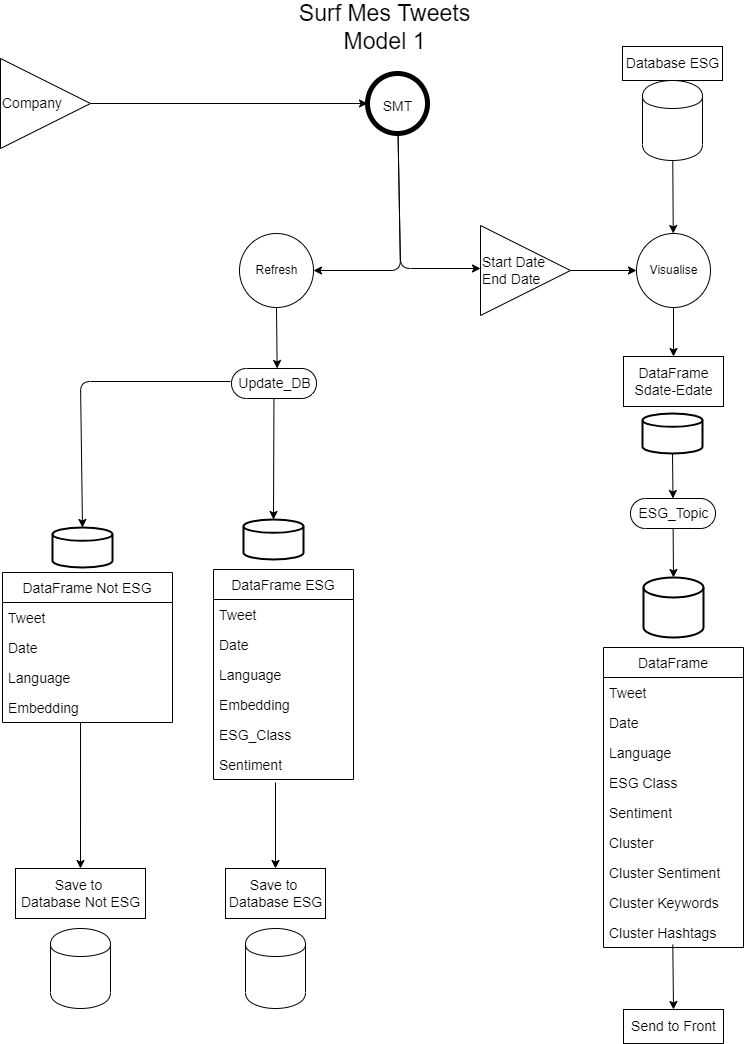
The draw.io diagram Final_models/documentation + resources/Model_1.png in HusseinRR/Twitter-Sentiment-Analysis, before a commit. Source tidied: cells renumbered, new cells last; positions are measured from the earlier drawing's top-left corner, leaving out a move shared by most shapes. The source it was exported from:
```xml
<mxGraphModel>
  <root>
    <mxCell id="0" />
    <mxCell id="1" parent="0" />
    <mxCell id="2" value="&lt;font style=&quot;font-size: 23px&quot;&gt;Surf Mes Tweets&lt;br&gt;Model 1&lt;br&gt;&lt;/font&gt;" style="text;html=1;align=center;verticalAlign=middle;strokeColor=none;fillColor=none;" parent="1" vertex="1">
      <mxGeometry x="289" width="190" height="40" as="geometry" />
    </mxCell>
    <mxCell id="3" style="edgeStyle=none;html=1;fontSize=14;" parent="1" edge="1" source="4" target="47">
      <mxGeometry relative="1" as="geometry" />
    </mxCell>
    <mxCell id="4" value="Visualise" style="shape=ellipse;html=1;dashed=0;whitespace=wrap;perimeter=ellipsePerimeter;" parent="1" vertex="1">
      <mxGeometry x="636" y="226" width="74" height="74" as="geometry" />
    </mxCell>
    <mxCell id="5" style="edgeStyle=none;html=1;entryX=0;entryY=0.5;entryDx=0;entryDy=0;fontSize=14;" parent="1" edge="1" source="6" target="9">
      <mxGeometry relative="1" as="geometry" />
    </mxCell>
    <mxCell id="6" value="Company" style="triangle;whiteSpace=wrap;html=1;fontSize=14;align=left;" parent="1" vertex="1">
      <mxGeometry y="51" width="90" height="90" as="geometry" />
    </mxCell>
    <mxCell id="7" style="edgeStyle=none;html=1;fontSize=14;" parent="1" edge="1" source="9">
      <mxGeometry relative="1" as="geometry">
        <mxPoint x="480" y="261" as="targetPoint" />
        <Array as="points">
          <mxPoint x="400" y="261" />
        </Array>
      </mxGeometry>
    </mxCell>
    <mxCell id="8" style="edgeStyle=none;html=1;entryX=1;entryY=0.5;entryDx=0;entryDy=0;fontSize=14;" parent="1" edge="1" source="9" target="11">
      <mxGeometry relative="1" as="geometry">
        <Array as="points">
          <mxPoint x="400" y="263" />
        </Array>
      </mxGeometry>
    </mxCell>
    <mxCell id="9" value="&lt;font style=&quot;font-size: 14px&quot;&gt;SMT&lt;/font&gt;" style="shape=ellipse;html=1;dashed=0;whitespace=wrap;strokeWidth=5;perimeter=ellipsePerimeter;fontSize=23;" parent="1" vertex="1">
      <mxGeometry x="367" y="66" width="60" height="60" as="geometry" />
    </mxCell>
    <mxCell id="10" style="edgeStyle=none;html=1;fontSize=14;entryX=0.537;entryY=0;entryDx=0;entryDy=0;entryPerimeter=0;" parent="1" edge="1" source="11" target="14">
      <mxGeometry relative="1" as="geometry" />
    </mxCell>
    <mxCell id="11" value="Refresh" style="shape=ellipse;html=1;dashed=0;whitespace=wrap;perimeter=ellipsePerimeter;" parent="1" vertex="1">
      <mxGeometry x="239" y="226" width="74" height="74" as="geometry" />
    </mxCell>
    <mxCell id="12" style="edgeStyle=none;html=1;entryX=0.5;entryY=0;entryDx=0;entryDy=0;entryPerimeter=0;fontSize=14;" parent="1" edge="1" source="14" target="15">
      <mxGeometry relative="1" as="geometry" />
    </mxCell>
    <mxCell id="13" style="edgeStyle=none;html=1;fontSize=14;entryX=0.5;entryY=0;entryDx=0;entryDy=0;entryPerimeter=0;" parent="1" edge="1" target="32">
      <mxGeometry relative="1" as="geometry">
        <mxPoint x="230" y="374" as="sourcePoint" />
        <Array as="points">
          <mxPoint x="80" y="374" />
        </Array>
      </mxGeometry>
    </mxCell>
    <mxCell id="14" value="Update_DB" style="html=1;dashed=0;whitespace=wrap;shape=mxgraph.dfd.start;fontSize=14;" parent="1" vertex="1">
      <mxGeometry x="231" y="361" width="85" height="30" as="geometry" />
    </mxCell>
    <mxCell id="15" style="strokeWidth=2;html=1;shape=mxgraph.flowchart.database;whiteSpace=wrap;fontSize=14;" parent="1" vertex="1">
      <mxGeometry x="243" y="512" width="60" height="40" as="geometry" />
    </mxCell>
    <mxCell id="16" value="DataFrame ESG" style="swimlane;fontStyle=0;horizontal=1;startSize=30;fontSize=14;" parent="1" vertex="1">
      <mxGeometry x="213" y="562" width="140" height="210" as="geometry" />
    </mxCell>
    <mxCell id="17" value="Tweet" style="text;strokeColor=none;fillColor=none;align=left;verticalAlign=middle;spacingLeft=4;spacingRight=4;overflow=hidden;fontSize=14;" parent="16" vertex="1">
      <mxGeometry y="30" width="140" height="30" as="geometry" />
    </mxCell>
    <mxCell id="18" value="Date" style="text;strokeColor=none;fillColor=none;align=left;verticalAlign=middle;spacingLeft=4;spacingRight=4;overflow=hidden;fontSize=14;" parent="16" vertex="1">
      <mxGeometry y="60" width="140" height="30" as="geometry" />
    </mxCell>
    <mxCell id="19" value="Language" style="text;strokeColor=none;fillColor=none;align=left;verticalAlign=middle;spacingLeft=4;spacingRight=4;overflow=hidden;fontSize=14;" parent="16" vertex="1">
      <mxGeometry y="90" width="140" height="30" as="geometry" />
    </mxCell>
    <mxCell id="20" value="Embedding" style="text;strokeColor=none;fillColor=none;align=left;verticalAlign=middle;spacingLeft=4;spacingRight=4;overflow=hidden;fontSize=14;" parent="16" vertex="1">
      <mxGeometry y="120" width="140" height="30" as="geometry" />
    </mxCell>
    <mxCell id="21" value="ESG_Class" style="text;strokeColor=none;fillColor=none;align=left;verticalAlign=middle;spacingLeft=4;spacingRight=4;overflow=hidden;fontSize=14;" parent="16" vertex="1">
      <mxGeometry y="150" width="140" height="30" as="geometry" />
    </mxCell>
    <mxCell id="22" value="Sentiment" style="text;strokeColor=none;fillColor=none;align=left;verticalAlign=middle;spacingLeft=4;spacingRight=4;overflow=hidden;fontSize=14;" parent="16" vertex="1">
      <mxGeometry y="180" width="140" height="30" as="geometry" />
    </mxCell>
    <mxCell id="23" style="edgeStyle=none;html=1;entryX=0.5;entryY=0;entryDx=0;entryDy=0;fontSize=14;startArrow=none;" parent="1" edge="1" source="26">
      <mxGeometry relative="1" as="geometry">
        <mxPoint x="272" y="860" as="targetPoint" />
      </mxGeometry>
    </mxCell>
    <mxCell id="24" style="shape=cylinder;whiteSpace=wrap;html=1;boundedLbl=1;backgroundOutline=1;fontSize=14;" parent="1" vertex="1">
      <mxGeometry x="245" y="921" width="60" height="80" as="geometry" />
    </mxCell>
    <mxCell id="25" style="edgeStyle=none;html=1;entryX=0.5;entryY=0;entryDx=0;entryDy=0;fontSize=14;" parent="1" edge="1" target="26">
      <mxGeometry relative="1" as="geometry">
        <mxPoint x="275" y="775" as="sourcePoint" />
      </mxGeometry>
    </mxCell>
    <mxCell id="26" value="Save to&amp;nbsp;&lt;br&gt;Database ESG" style="html=1;dashed=0;whitespace=wrap;fontSize=14;" parent="1" vertex="1">
      <mxGeometry x="225" y="861" width="100" height="50" as="geometry" />
    </mxCell>
    <mxCell id="27" value="DataFrame Not ESG" style="swimlane;fontStyle=0;horizontal=1;startSize=30;fontSize=14;" parent="1" vertex="1">
      <mxGeometry x="2" y="565" width="170" height="150" as="geometry" />
    </mxCell>
    <mxCell id="28" value="Tweet" style="text;strokeColor=none;fillColor=none;align=left;verticalAlign=middle;spacingLeft=4;spacingRight=4;overflow=hidden;fontSize=14;" parent="27" vertex="1">
      <mxGeometry y="30" width="170" height="30" as="geometry" />
    </mxCell>
    <mxCell id="29" value="Date" style="text;strokeColor=none;fillColor=none;align=left;verticalAlign=middle;spacingLeft=4;spacingRight=4;overflow=hidden;fontSize=14;" parent="27" vertex="1">
      <mxGeometry y="60" width="170" height="30" as="geometry" />
    </mxCell>
    <mxCell id="30" value="Language" style="text;strokeColor=none;fillColor=none;align=left;verticalAlign=middle;spacingLeft=4;spacingRight=4;overflow=hidden;fontSize=14;" parent="27" vertex="1">
      <mxGeometry y="90" width="170" height="30" as="geometry" />
    </mxCell>
    <mxCell id="31" value="Embedding" style="text;strokeColor=none;fillColor=none;align=left;verticalAlign=middle;spacingLeft=4;spacingRight=4;overflow=hidden;points=[[0,0.5],[1,0.5]];portConstraint=eastwest;fontSize=14;" parent="27" vertex="1">
      <mxGeometry y="120" width="170" height="30" as="geometry" />
    </mxCell>
    <mxCell id="32" style="strokeWidth=2;html=1;shape=mxgraph.flowchart.database;whiteSpace=wrap;fontSize=14;" parent="1" vertex="1">
      <mxGeometry x="52" y="520" width="60" height="40" as="geometry" />
    </mxCell>
    <mxCell id="33" style="edgeStyle=none;html=1;entryX=0.5;entryY=0;entryDx=0;entryDy=0;fontSize=14;startArrow=none;" parent="1" edge="1" source="36">
      <mxGeometry relative="1" as="geometry">
        <mxPoint x="77" y="860" as="targetPoint" />
      </mxGeometry>
    </mxCell>
    <mxCell id="34" style="shape=cylinder;whiteSpace=wrap;html=1;boundedLbl=1;backgroundOutline=1;fontSize=14;" parent="1" vertex="1">
      <mxGeometry x="50" y="921" width="60" height="80" as="geometry" />
    </mxCell>
    <mxCell id="35" style="edgeStyle=none;html=1;entryX=0.5;entryY=0;entryDx=0;entryDy=0;fontSize=14;exitX=0.459;exitY=1;exitDx=0;exitDy=0;exitPerimeter=0;" parent="1" edge="1" source="31" target="36">
      <mxGeometry relative="1" as="geometry" />
    </mxCell>
    <mxCell id="36" value="Save to&amp;nbsp;&lt;br&gt;Database Not ESG" style="html=1;dashed=0;whitespace=wrap;fontSize=14;" parent="1" vertex="1">
      <mxGeometry x="15" y="861" width="130" height="50" as="geometry" />
    </mxCell>
    <mxCell id="37" style="edgeStyle=none;html=1;entryX=0.5;entryY=0;entryDx=0;entryDy=0;fontSize=14;startArrow=none;" parent="1" edge="1" source="40">
      <mxGeometry relative="1" as="geometry">
        <mxPoint x="669" y="38" as="targetPoint" />
      </mxGeometry>
    </mxCell>
    <mxCell id="38" style="edgeStyle=none;html=1;fontSize=14;" parent="1" edge="1" source="39" target="4">
      <mxGeometry relative="1" as="geometry" />
    </mxCell>
    <mxCell id="39" style="shape=cylinder;whiteSpace=wrap;html=1;boundedLbl=1;backgroundOutline=1;fontSize=14;" parent="1" vertex="1">
      <mxGeometry x="642" y="73" width="60" height="80" as="geometry" />
    </mxCell>
    <mxCell id="40" value="Database ESG" style="html=1;dashed=0;whitespace=wrap;fontSize=14;" parent="1" vertex="1">
      <mxGeometry x="622" y="39" width="100" height="34" as="geometry" />
    </mxCell>
    <mxCell id="41" style="edgeStyle=none;html=1;fontSize=14;" parent="1" edge="1" source="42" target="4">
      <mxGeometry relative="1" as="geometry" />
    </mxCell>
    <mxCell id="42" value="Start Date&lt;br&gt;End Date" style="triangle;whiteSpace=wrap;html=1;fontSize=14;align=left;" parent="1" vertex="1">
      <mxGeometry x="480" y="218" width="90" height="90" as="geometry" />
    </mxCell>
    <mxCell id="43" style="strokeWidth=2;html=1;shape=mxgraph.flowchart.database;whiteSpace=wrap;fontSize=14;" parent="1" vertex="1">
      <mxGeometry x="642" y="406" width="60" height="40" as="geometry" />
    </mxCell>
    <mxCell id="44" style="edgeStyle=none;html=1;fontSize=14;entryX=0.5;entryY=0.5;entryDx=0;entryDy=-15;entryPerimeter=0;exitX=0.5;exitY=1;exitDx=0;exitDy=0;exitPerimeter=0;" parent="1" edge="1" source="43" target="46">
      <mxGeometry relative="1" as="geometry" />
    </mxCell>
    <mxCell id="45" style="edgeStyle=none;html=1;entryX=0.5;entryY=0;entryDx=0;entryDy=0;entryPerimeter=0;fontSize=14;" parent="1" edge="1" source="46" target="48">
      <mxGeometry relative="1" as="geometry" />
    </mxCell>
    <mxCell id="46" value="ESG_Topic" style="html=1;dashed=0;whitespace=wrap;shape=mxgraph.dfd.start;fontSize=14;" parent="1" vertex="1">
      <mxGeometry x="630" y="491" width="85" height="30" as="geometry" />
    </mxCell>
    <mxCell id="47" value="DataFrame&lt;br&gt;Sdate-Edate" style="html=1;dashed=0;whitespace=wrap;fontSize=14;" parent="1" vertex="1">
      <mxGeometry x="623" y="349" width="100" height="50" as="geometry" />
    </mxCell>
    <mxCell id="48" style="strokeWidth=2;html=1;shape=mxgraph.flowchart.database;whiteSpace=wrap;fontSize=14;" parent="1" vertex="1">
      <mxGeometry x="643" y="570" width="60" height="60" as="geometry" />
    </mxCell>
    <mxCell id="49" value="DataFrame" style="swimlane;fontStyle=0;horizontal=1;startSize=30;fontSize=14;" parent="1" vertex="1">
      <mxGeometry x="603" y="640" width="140" height="300" as="geometry" />
    </mxCell>
    <mxCell id="50" value="Tweet" style="text;strokeColor=none;fillColor=none;align=left;verticalAlign=middle;spacingLeft=4;spacingRight=4;overflow=hidden;fontSize=14;" parent="49" vertex="1">
      <mxGeometry y="30" width="140" height="30" as="geometry" />
    </mxCell>
    <mxCell id="51" value="Date" style="text;strokeColor=none;fillColor=none;align=left;verticalAlign=middle;spacingLeft=4;spacingRight=4;overflow=hidden;fontSize=14;" parent="49" vertex="1">
      <mxGeometry y="60" width="140" height="30" as="geometry" />
    </mxCell>
    <mxCell id="52" value="Language" style="text;strokeColor=none;fillColor=none;align=left;verticalAlign=middle;spacingLeft=4;spacingRight=4;overflow=hidden;fontSize=14;" parent="49" vertex="1">
      <mxGeometry y="90" width="140" height="30" as="geometry" />
    </mxCell>
    <mxCell id="53" value="ESG Class" style="text;strokeColor=none;fillColor=none;align=left;verticalAlign=middle;spacingLeft=4;spacingRight=4;overflow=hidden;fontSize=14;" parent="49" vertex="1">
      <mxGeometry y="120" width="140" height="30" as="geometry" />
    </mxCell>
    <mxCell id="54" value="Sentiment" style="text;strokeColor=none;fillColor=none;align=left;verticalAlign=middle;spacingLeft=4;spacingRight=4;overflow=hidden;fontSize=14;" parent="49" vertex="1">
      <mxGeometry y="150" width="140" height="30" as="geometry" />
    </mxCell>
    <mxCell id="55" value="Cluster" style="text;strokeColor=none;fillColor=none;align=left;verticalAlign=middle;spacingLeft=4;spacingRight=4;overflow=hidden;fontSize=14;" parent="49" vertex="1">
      <mxGeometry y="180" width="140" height="30" as="geometry" />
    </mxCell>
    <mxCell id="56" value="Cluster Sentiment" style="text;strokeColor=none;fillColor=none;align=left;verticalAlign=middle;spacingLeft=4;spacingRight=4;overflow=hidden;fontSize=14;" parent="49" vertex="1">
      <mxGeometry y="210" width="140" height="30" as="geometry" />
    </mxCell>
    <mxCell id="57" value="Cluster Keywords" style="text;strokeColor=none;fillColor=none;align=left;verticalAlign=middle;spacingLeft=4;spacingRight=4;overflow=hidden;fontSize=14;" parent="49" vertex="1">
      <mxGeometry y="240" width="140" height="30" as="geometry" />
    </mxCell>
    <mxCell id="58" value="Cluster Hashtags" style="text;strokeColor=none;fillColor=none;align=left;verticalAlign=middle;spacingLeft=4;spacingRight=4;overflow=hidden;points=[[0,0.5],[1,0.5]];portConstraint=eastwest;fontSize=14;" parent="49" vertex="1">
      <mxGeometry y="270" width="140" height="30" as="geometry" />
    </mxCell>
    <mxCell id="59" style="edgeStyle=none;html=1;fontSize=14;entryX=0.5;entryY=0;entryDx=0;entryDy=0;exitX=0.495;exitY=0.901;exitDx=0;exitDy=0;exitPerimeter=0;" parent="1" edge="1" source="58" target="60">
      <mxGeometry relative="1" as="geometry" />
    </mxCell>
    <mxCell id="60" value="Send to Front" style="html=1;dashed=0;whitespace=wrap;fontSize=14;" parent="1" vertex="1">
      <mxGeometry x="623" y="1002" width="100" height="34" as="geometry" />
    </mxCell>
  </root>
</mxGraphModel>
```
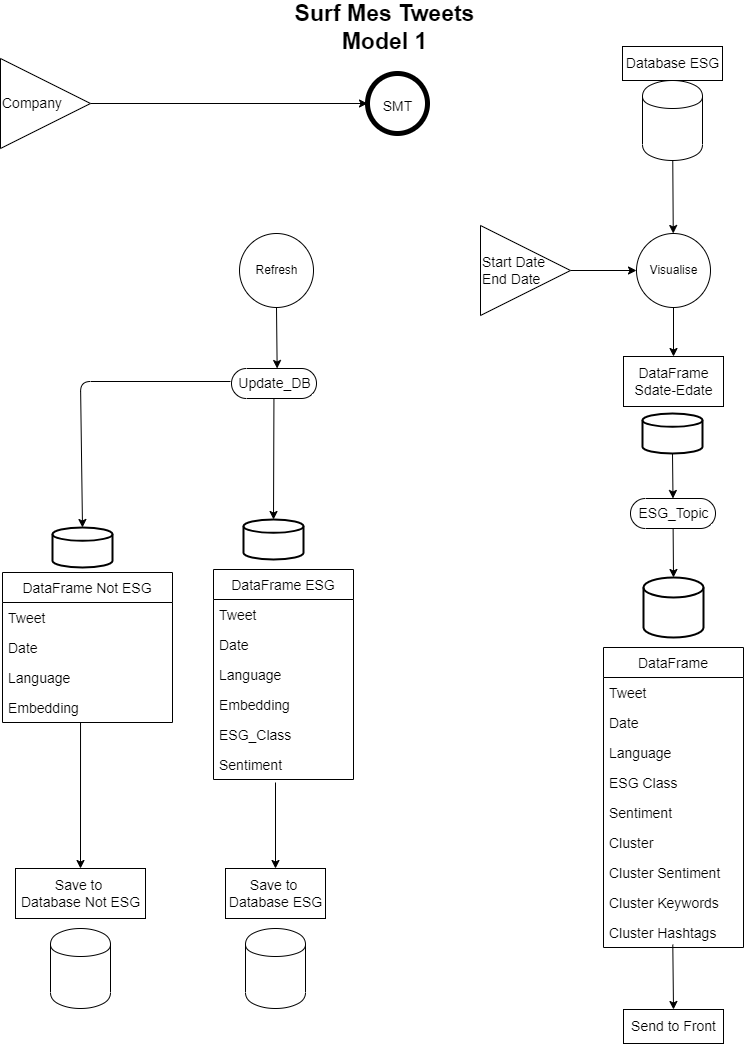
The same diagram one commit later.

Change to the diagram source:
```diff
@@ -2,7 +2,7 @@
   <root>
     <mxCell id="0" />
     <mxCell id="1" parent="0" />
-    <mxCell id="2" value="&lt;font style=&quot;font-size: 23px&quot;&gt;Surf Mes Tweets&lt;br&gt;Model 1&lt;br&gt;&lt;/font&gt;" style="text;html=1;align=center;verticalAlign=middle;strokeColor=none;fillColor=none;" parent="1" vertex="1">
+    <mxCell id="2" value="&lt;font style=&quot;font-size: 23px&quot;&gt;&lt;b&gt;Surf Mes Tweets&lt;br&gt;Model 1&lt;/b&gt;&lt;br&gt;&lt;/font&gt;" style="text;html=1;align=center;verticalAlign=middle;strokeColor=none;fillColor=none;" parent="1" vertex="1">
       <mxGeometry x="289" width="190" height="40" as="geometry" />
     </mxCell>
     <mxCell id="3" style="edgeStyle=none;html=1;fontSize=14;" parent="1" edge="1" source="4" target="47">
@@ -17,21 +17,6 @@
     <mxCell id="6" value="Company" style="triangle;whiteSpace=wrap;html=1;fontSize=14;align=left;" parent="1" vertex="1">
       <mxGeometry y="51" width="90" height="90" as="geometry" />
     </mxCell>
-    <mxCell id="7" style="edgeStyle=none;html=1;fontSize=14;" parent="1" edge="1" source="9">
-      <mxGeometry relative="1" as="geometry">
-        <mxPoint x="480" y="261" as="targetPoint" />
-        <Array as="points">
-          <mxPoint x="400" y="261" />
-        </Array>
-      </mxGeometry>
-    </mxCell>
-    <mxCell id="8" style="edgeStyle=none;html=1;entryX=1;entryY=0.5;entryDx=0;entryDy=0;fontSize=14;" parent="1" edge="1" source="9" target="11">
-      <mxGeometry relative="1" as="geometry">
-        <Array as="points">
-          <mxPoint x="400" y="263" />
-        </Array>
-      </mxGeometry>
-    </mxCell>
     <mxCell id="9" value="&lt;font style=&quot;font-size: 14px&quot;&gt;SMT&lt;/font&gt;" style="shape=ellipse;html=1;dashed=0;whitespace=wrap;strokeWidth=5;perimeter=ellipsePerimeter;fontSize=23;" parent="1" vertex="1">
       <mxGeometry x="367" y="66" width="60" height="60" as="geometry" />
     </mxCell>
```
